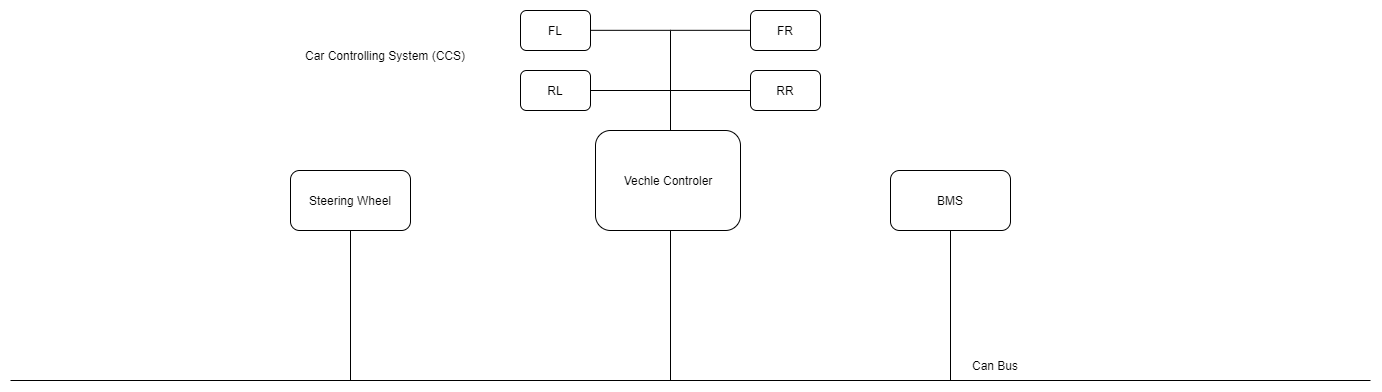
Mostafa1Mahmoud/FlowChartofCarControlingSystem keeps this draw.io diagram as Untitled Diagram.png. Above is the earlier version. Source tidied: cells renumbered, new cells last; positions are measured from the earlier drawing's top-left corner, leaving out a move shared by most shapes. Its diagram source:
```xml
<mxGraphModel>
  <root>
    <mxCell id="0" />
    <mxCell id="1" parent="0" />
    <mxCell id="2" style="rounded=1;whiteSpace=wrap;html=1;" parent="1" vertex="1">
      <mxGeometry x="585" y="120" width="145" height="100" as="geometry" />
    </mxCell>
    <mxCell id="3" value="Vechle Controler" style="text;html=1;strokeColor=none;fillColor=none;align=center;verticalAlign=middle;whiteSpace=wrap;rounded=0;" parent="1" vertex="1">
      <mxGeometry x="597.5" y="155" width="120" height="30" as="geometry" />
    </mxCell>
    <mxCell id="4" style="endArrow=none;html=1;" parent="1" edge="1">
      <mxGeometry relative="1" as="geometry">
        <mxPoint y="370" as="sourcePoint" />
        <mxPoint x="1360" y="370" as="targetPoint" />
      </mxGeometry>
    </mxCell>
    <mxCell id="5" style="endArrow=none;html=1;" parent="1" edge="1">
      <mxGeometry relative="1" as="geometry">
        <mxPoint x="660" y="370" as="sourcePoint" />
        <mxPoint x="660" y="220" as="targetPoint" />
      </mxGeometry>
    </mxCell>
    <mxCell id="6" style="rounded=1;whiteSpace=wrap;html=1;" parent="1" vertex="1">
      <mxGeometry x="880" y="160" width="120" height="60" as="geometry" />
    </mxCell>
    <mxCell id="7" value="BMS" style="text;html=1;strokeColor=none;fillColor=none;align=center;verticalAlign=middle;whiteSpace=wrap;rounded=0;" parent="1" vertex="1">
      <mxGeometry x="905" y="172.5" width="70" height="35" as="geometry" />
    </mxCell>
    <mxCell id="8" style="rounded=1;whiteSpace=wrap;html=1;" parent="1" vertex="1">
      <mxGeometry x="280" y="160" width="120" height="60" as="geometry" />
    </mxCell>
    <mxCell id="9" value="Can Bus" style="text;html=1;strokeColor=none;fillColor=none;align=center;verticalAlign=middle;whiteSpace=wrap;rounded=0;" parent="1" vertex="1">
      <mxGeometry x="940" y="340" width="90" height="30" as="geometry" />
    </mxCell>
    <mxCell id="10" value="Steering Wheel" style="text;html=1;strokeColor=none;fillColor=none;align=center;verticalAlign=middle;whiteSpace=wrap;rounded=0;" parent="1" vertex="1">
      <mxGeometry x="290" y="170" width="100" height="40" as="geometry" />
    </mxCell>
    <mxCell id="11" value="Car Controlling System (CCS)" style="text;html=1;strokeColor=none;fillColor=none;align=center;verticalAlign=middle;whiteSpace=wrap;rounded=0;" parent="1" vertex="1">
      <mxGeometry x="270" y="20" width="210" height="50" as="geometry" />
    </mxCell>
    <mxCell id="12" style="endArrow=none;html=1;entryX=0.5;entryY=1;entryDx=0;entryDy=0;" parent="1" edge="1" target="6">
      <mxGeometry relative="1" as="geometry">
        <mxPoint x="940" y="370" as="sourcePoint" />
      </mxGeometry>
    </mxCell>
    <mxCell id="13" style="endArrow=none;html=1;entryX=0.5;entryY=1;entryDx=0;entryDy=0;" parent="1" edge="1" target="8">
      <mxGeometry relative="1" as="geometry">
        <mxPoint x="340" y="370" as="sourcePoint" />
      </mxGeometry>
    </mxCell>
    <mxCell id="14" style="endArrow=none;html=1;" parent="1" edge="1">
      <mxGeometry relative="1" as="geometry">
        <mxPoint x="660" y="120" as="sourcePoint" />
        <mxPoint x="660" y="20" as="targetPoint" />
      </mxGeometry>
    </mxCell>
    <mxCell id="15" style="rounded=1;whiteSpace=wrap;html=1;" parent="1" vertex="1">
      <mxGeometry x="740" width="70" height="40" as="geometry" />
    </mxCell>
    <mxCell id="16" style="rounded=1;whiteSpace=wrap;html=1;" parent="1" vertex="1">
      <mxGeometry x="510" width="70" height="40" as="geometry" />
    </mxCell>
    <mxCell id="17" style="rounded=1;whiteSpace=wrap;html=1;" parent="1" vertex="1">
      <mxGeometry x="740" y="60" width="70" height="40" as="geometry" />
    </mxCell>
    <mxCell id="18" style="rounded=1;whiteSpace=wrap;html=1;" parent="1" vertex="1">
      <mxGeometry x="510" y="60" width="70" height="40" as="geometry" />
    </mxCell>
    <mxCell id="19" style="endArrow=none;html=1;entryX=0;entryY=0.5;entryDx=0;entryDy=0;" parent="1" edge="1" target="17">
      <mxGeometry relative="1" as="geometry">
        <mxPoint x="660" y="80" as="sourcePoint" />
      </mxGeometry>
    </mxCell>
    <mxCell id="20" style="endArrow=none;html=1;exitX=1;exitY=0.5;exitDx=0;exitDy=0;" parent="1" edge="1" source="18">
      <mxGeometry relative="1" as="geometry">
        <mxPoint x="660" y="80" as="targetPoint" />
      </mxGeometry>
    </mxCell>
    <mxCell id="21" style="endArrow=none;html=1;entryX=0;entryY=0.5;entryDx=0;entryDy=0;" parent="1" edge="1">
      <mxGeometry relative="1" as="geometry">
        <mxPoint x="660" y="19.8" as="sourcePoint" />
        <mxPoint x="740" y="19.8" as="targetPoint" />
      </mxGeometry>
    </mxCell>
    <mxCell id="22" style="endArrow=none;html=1;entryX=0;entryY=0.5;entryDx=0;entryDy=0;" parent="1" edge="1">
      <mxGeometry relative="1" as="geometry">
        <mxPoint x="580" y="19.8" as="sourcePoint" />
        <mxPoint x="660" y="19.8" as="targetPoint" />
      </mxGeometry>
    </mxCell>
    <mxCell id="23" value="FL" style="text;html=1;strokeColor=none;fillColor=none;align=center;verticalAlign=middle;whiteSpace=wrap;rounded=0;" parent="1" vertex="1">
      <mxGeometry x="525" y="10" width="40" height="20" as="geometry" />
    </mxCell>
    <mxCell id="24" value="RL" style="text;html=1;strokeColor=none;fillColor=none;align=center;verticalAlign=middle;whiteSpace=wrap;rounded=0;" parent="1" vertex="1">
      <mxGeometry x="525" y="70" width="40" height="20" as="geometry" />
    </mxCell>
    <mxCell id="25" value="FR" style="text;html=1;strokeColor=none;fillColor=none;align=center;verticalAlign=middle;whiteSpace=wrap;rounded=0;" parent="1" vertex="1">
      <mxGeometry x="755" y="10" width="40" height="20" as="geometry" />
    </mxCell>
    <mxCell id="26" value="RR" style="text;html=1;strokeColor=none;fillColor=none;align=center;verticalAlign=middle;whiteSpace=wrap;rounded=0;" parent="1" vertex="1">
      <mxGeometry x="755" y="70" width="40" height="20" as="geometry" />
    </mxCell>
  </root>
</mxGraphModel>
```
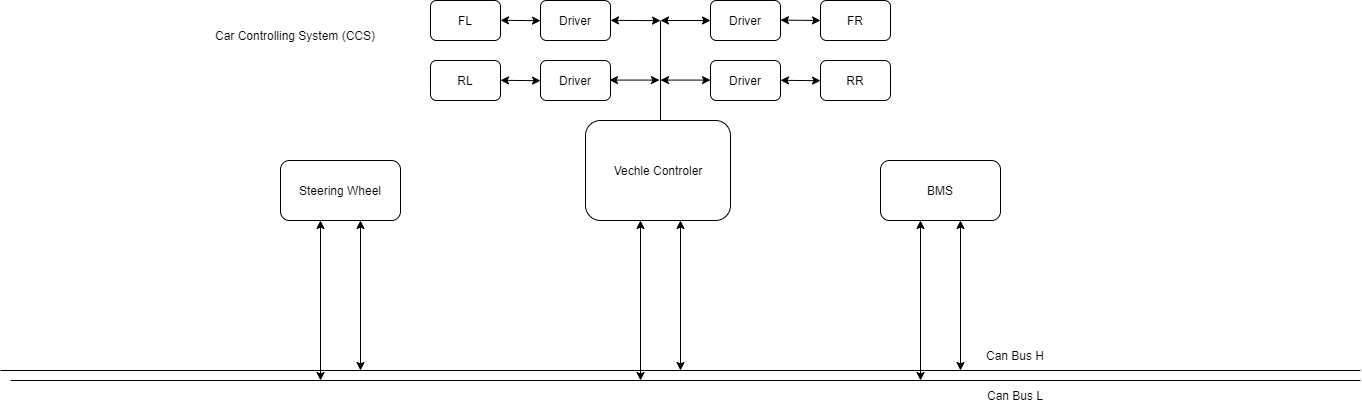
The same file after the commit.

Diff of the diagram source:
```diff
@@ -14,12 +14,6 @@
         <mxPoint x="1360" y="370" as="targetPoint" />
       </mxGeometry>
     </mxCell>
-    <mxCell id="5" style="endArrow=none;html=1;" parent="1" edge="1">
-      <mxGeometry relative="1" as="geometry">
-        <mxPoint x="660" y="370" as="sourcePoint" />
-        <mxPoint x="660" y="220" as="targetPoint" />
-      </mxGeometry>
-    </mxCell>
     <mxCell id="6" style="rounded=1;whiteSpace=wrap;html=1;" parent="1" vertex="1">
       <mxGeometry x="880" y="160" width="120" height="60" as="geometry" />
     </mxCell>
@@ -29,25 +23,15 @@
     <mxCell id="8" style="rounded=1;whiteSpace=wrap;html=1;" parent="1" vertex="1">
       <mxGeometry x="280" y="160" width="120" height="60" as="geometry" />
     </mxCell>
-    <mxCell id="9" value="Can Bus" style="text;html=1;strokeColor=none;fillColor=none;align=center;verticalAlign=middle;whiteSpace=wrap;rounded=0;" parent="1" vertex="1">
-      <mxGeometry x="940" y="340" width="90" height="30" as="geometry" />
+    <mxCell id="9" value="Can Bus H" style="text;html=1;strokeColor=none;fillColor=none;align=center;verticalAlign=middle;whiteSpace=wrap;rounded=0;" parent="1" vertex="1">
+      <mxGeometry x="970" y="340" width="90" height="30" as="geometry" />
     </mxCell>
     <mxCell id="10" value="Steering Wheel" style="text;html=1;strokeColor=none;fillColor=none;align=center;verticalAlign=middle;whiteSpace=wrap;rounded=0;" parent="1" vertex="1">
       <mxGeometry x="290" y="170" width="100" height="40" as="geometry" />
     </mxCell>
     <mxCell id="11" value="Car Controlling System (CCS)" style="text;html=1;strokeColor=none;fillColor=none;align=center;verticalAlign=middle;whiteSpace=wrap;rounded=0;" parent="1" vertex="1">
-      <mxGeometry x="270" y="20" width="210" height="50" as="geometry" />
+      <mxGeometry x="190" y="10" width="210" height="50" as="geometry" />
     </mxCell>
-    <mxCell id="12" style="endArrow=none;html=1;entryX=0.5;entryY=1;entryDx=0;entryDy=0;" parent="1" edge="1" target="6">
-      <mxGeometry relative="1" as="geometry">
-        <mxPoint x="940" y="370" as="sourcePoint" />
-      </mxGeometry>
-    </mxCell>
-    <mxCell id="13" style="endArrow=none;html=1;entryX=0.5;entryY=1;entryDx=0;entryDy=0;" parent="1" edge="1" target="8">
-      <mxGeometry relative="1" as="geometry">
-        <mxPoint x="340" y="370" as="sourcePoint" />
-      </mxGeometry>
-    </mxCell>
     <mxCell id="14" style="endArrow=none;html=1;" parent="1" edge="1">
       <mxGeometry relative="1" as="geometry">
         <mxPoint x="660" y="120" as="sourcePoint" />
@@ -55,50 +39,147 @@
       </mxGeometry>
     </mxCell>
     <mxCell id="15" style="rounded=1;whiteSpace=wrap;html=1;" parent="1" vertex="1">
-      <mxGeometry x="740" width="70" height="40" as="geometry" />
+      <mxGeometry x="820" width="70" height="40" as="geometry" />
     </mxCell>
     <mxCell id="16" style="rounded=1;whiteSpace=wrap;html=1;" parent="1" vertex="1">
-      <mxGeometry x="510" width="70" height="40" as="geometry" />
+      <mxGeometry x="430" width="70" height="40" as="geometry" />
     </mxCell>
     <mxCell id="17" style="rounded=1;whiteSpace=wrap;html=1;" parent="1" vertex="1">
-      <mxGeometry x="740" y="60" width="70" height="40" as="geometry" />
+      <mxGeometry x="820" y="60" width="70" height="40" as="geometry" />
     </mxCell>
     <mxCell id="18" style="rounded=1;whiteSpace=wrap;html=1;" parent="1" vertex="1">
-      <mxGeometry x="510" y="60" width="70" height="40" as="geometry" />
+      <mxGeometry x="430" y="60" width="70" height="40" as="geometry" />
     </mxCell>
-    <mxCell id="19" style="endArrow=none;html=1;entryX=0;entryY=0.5;entryDx=0;entryDy=0;" parent="1" edge="1" target="17">
-      <mxGeometry relative="1" as="geometry">
-        <mxPoint x="660" y="80" as="sourcePoint" />
-      </mxGeometry>
-    </mxCell>
-    <mxCell id="20" style="endArrow=none;html=1;exitX=1;exitY=0.5;exitDx=0;exitDy=0;" parent="1" edge="1" source="18">
-      <mxGeometry relative="1" as="geometry">
-        <mxPoint x="660" y="80" as="targetPoint" />
-      </mxGeometry>
-    </mxCell>
-    <mxCell id="21" style="endArrow=none;html=1;entryX=0;entryY=0.5;entryDx=0;entryDy=0;" parent="1" edge="1">
-      <mxGeometry relative="1" as="geometry">
-        <mxPoint x="660" y="19.8" as="sourcePoint" />
-        <mxPoint x="740" y="19.8" as="targetPoint" />
-      </mxGeometry>
-    </mxCell>
-    <mxCell id="22" style="endArrow=none;html=1;entryX=0;entryY=0.5;entryDx=0;entryDy=0;" parent="1" edge="1">
-      <mxGeometry relative="1" as="geometry">
-        <mxPoint x="580" y="19.8" as="sourcePoint" />
-        <mxPoint x="660" y="19.8" as="targetPoint" />
-      </mxGeometry>
-    </mxCell>
     <mxCell id="23" value="FL" style="text;html=1;strokeColor=none;fillColor=none;align=center;verticalAlign=middle;whiteSpace=wrap;rounded=0;" parent="1" vertex="1">
-      <mxGeometry x="525" y="10" width="40" height="20" as="geometry" />
+      <mxGeometry x="445" y="10" width="40" height="20" as="geometry" />
     </mxCell>
     <mxCell id="24" value="RL" style="text;html=1;strokeColor=none;fillColor=none;align=center;verticalAlign=middle;whiteSpace=wrap;rounded=0;" parent="1" vertex="1">
-      <mxGeometry x="525" y="70" width="40" height="20" as="geometry" />
+      <mxGeometry x="445" y="70" width="40" height="20" as="geometry" />
     </mxCell>
     <mxCell id="25" value="FR" style="text;html=1;strokeColor=none;fillColor=none;align=center;verticalAlign=middle;whiteSpace=wrap;rounded=0;" parent="1" vertex="1">
-      <mxGeometry x="755" y="10" width="40" height="20" as="geometry" />
+      <mxGeometry x="835" y="10" width="40" height="20" as="geometry" />
     </mxCell>
     <mxCell id="26" value="RR" style="text;html=1;strokeColor=none;fillColor=none;align=center;verticalAlign=middle;whiteSpace=wrap;rounded=0;" parent="1" vertex="1">
-      <mxGeometry x="755" y="70" width="40" height="20" as="geometry" />
+      <mxGeometry x="835" y="70" width="40" height="20" as="geometry" />
     </mxCell>
+    <mxCell id="27" style="endArrow=none;html=1;" parent="1" edge="1">
+      <mxGeometry relative="1" as="geometry">
+        <mxPoint x="10" y="380" as="sourcePoint" />
+        <mxPoint x="1360" y="380" as="targetPoint" />
+      </mxGeometry>
+    </mxCell>
+    <mxCell id="28" value="Can Bus L" style="text;html=1;strokeColor=none;fillColor=none;align=center;verticalAlign=middle;whiteSpace=wrap;rounded=0;" parent="1" vertex="1">
+      <mxGeometry x="970" y="380" width="90" height="30" as="geometry" />
+    </mxCell>
+    <mxCell id="29" style="edgeStyle=orthogonalEdgeStyle;rounded=0;orthogonalLoop=1;jettySize=auto;html=1;exitX=0.5;exitY=1;exitDx=0;exitDy=0;" parent="1" edge="1" source="28" target="28">
+      <mxGeometry relative="1" as="geometry" />
+    </mxCell>
+    <mxCell id="30" style="endArrow=classic;startArrow=classic;html=1;entryX=0.5;entryY=1;entryDx=0;entryDy=0;exitX=0;exitY=1;exitDx=0;exitDy=0;" parent="1" edge="1">
+      <mxGeometry relative="1" as="geometry">
+        <mxPoint x="360" y="370" as="sourcePoint" />
+        <mxPoint x="360" y="220" as="targetPoint" />
+      </mxGeometry>
+    </mxCell>
+    <mxCell id="31" style="endArrow=classic;startArrow=classic;html=1;entryX=0.5;entryY=1;entryDx=0;entryDy=0;" parent="1" edge="1">
+      <mxGeometry relative="1" as="geometry">
+        <mxPoint x="320" y="380" as="sourcePoint" />
+        <mxPoint x="320" y="220" as="targetPoint" />
+      </mxGeometry>
+    </mxCell>
+    <mxCell id="32" style="endArrow=classic;startArrow=classic;html=1;entryX=0.5;entryY=1;entryDx=0;entryDy=0;exitX=0;exitY=1;exitDx=0;exitDy=0;" parent="1" edge="1">
+      <mxGeometry relative="1" as="geometry">
+        <mxPoint x="960" y="370" as="sourcePoint" />
+        <mxPoint x="960" y="220" as="targetPoint" />
+      </mxGeometry>
+    </mxCell>
+    <mxCell id="33" style="endArrow=classic;startArrow=classic;html=1;entryX=0.5;entryY=1;entryDx=0;entryDy=0;" parent="1" edge="1">
+      <mxGeometry relative="1" as="geometry">
+        <mxPoint x="920" y="380" as="sourcePoint" />
+        <mxPoint x="920" y="220" as="targetPoint" />
+      </mxGeometry>
+    </mxCell>
+    <mxCell id="34" style="endArrow=classic;startArrow=classic;html=1;" parent="1" edge="1">
+      <mxGeometry relative="1" as="geometry">
+        <mxPoint x="680" y="370" as="sourcePoint" />
+        <mxPoint x="680" y="220" as="targetPoint" />
+      </mxGeometry>
+    </mxCell>
+    <mxCell id="35" style="endArrow=classic;startArrow=classic;html=1;" parent="1" edge="1">
+      <mxGeometry relative="1" as="geometry">
+        <mxPoint x="640" y="380" as="sourcePoint" />
+        <mxPoint x="640" y="220" as="targetPoint" />
+      </mxGeometry>
+    </mxCell>
+    <mxCell id="36" style="rounded=1;whiteSpace=wrap;html=1;" parent="1" vertex="1">
+      <mxGeometry x="540" y="60" width="70" height="40" as="geometry" />
+    </mxCell>
+    <mxCell id="37" style="rounded=1;whiteSpace=wrap;html=1;" parent="1" vertex="1">
+      <mxGeometry x="540" width="70" height="40" as="geometry" />
+    </mxCell>
+    <mxCell id="38" style="rounded=1;whiteSpace=wrap;html=1;" parent="1" vertex="1">
+      <mxGeometry x="710" width="70" height="40" as="geometry" />
+    </mxCell>
+    <mxCell id="39" value="Driver" style="text;html=1;strokeColor=none;fillColor=none;align=center;verticalAlign=middle;whiteSpace=wrap;rounded=0;" parent="1" vertex="1">
+      <mxGeometry x="725" y="10" width="40" height="20" as="geometry" />
+    </mxCell>
+    <mxCell id="40" style="rounded=1;whiteSpace=wrap;html=1;" parent="1" vertex="1">
+      <mxGeometry x="710" y="60" width="70" height="40" as="geometry" />
+    </mxCell>
+    <mxCell id="41" value="Driver" style="text;html=1;strokeColor=none;fillColor=none;align=center;verticalAlign=middle;whiteSpace=wrap;rounded=0;" parent="1" vertex="1">
+      <mxGeometry x="555" y="10" width="40" height="20" as="geometry" />
+    </mxCell>
+    <mxCell id="42" value="Driver" style="text;html=1;strokeColor=none;fillColor=none;align=center;verticalAlign=middle;whiteSpace=wrap;rounded=0;" parent="1" vertex="1">
+      <mxGeometry x="555" y="70" width="40" height="20" as="geometry" />
+    </mxCell>
+    <mxCell id="43" value="Driver" style="text;html=1;strokeColor=none;fillColor=none;align=center;verticalAlign=middle;whiteSpace=wrap;rounded=0;" parent="1" vertex="1">
+      <mxGeometry x="725" y="70" width="40" height="20" as="geometry" />
+    </mxCell>
+    <mxCell id="44" style="endArrow=classic;startArrow=classic;html=1;entryX=0;entryY=0.5;entryDx=0;entryDy=0;" parent="1" edge="1" target="38">
+      <mxGeometry relative="1" as="geometry">
+        <mxPoint x="660" y="20" as="sourcePoint" />
+      </mxGeometry>
+    </mxCell>
+    <mxCell id="45" style="endArrow=classic;startArrow=classic;html=1;" parent="1" edge="1">
+      <mxGeometry relative="1" as="geometry">
+        <mxPoint x="610" y="19.9" as="sourcePoint" />
+        <mxPoint x="660" y="20.1" as="targetPoint" />
+      </mxGeometry>
+    </mxCell>
+    <mxCell id="46" style="endArrow=classic;startArrow=classic;html=1;entryX=0;entryY=0.5;entryDx=0;entryDy=0;" parent="1" edge="1">
+      <mxGeometry relative="1" as="geometry">
+        <mxPoint x="660" y="79.6" as="sourcePoint" />
+        <mxPoint x="710" y="79.6" as="targetPoint" />
+      </mxGeometry>
+    </mxCell>
+    <mxCell id="47" style="endArrow=classic;startArrow=classic;html=1;entryX=0;entryY=0.5;entryDx=0;entryDy=0;" parent="1" edge="1">
+      <mxGeometry relative="1" as="geometry">
+        <mxPoint x="609" y="79.6" as="sourcePoint" />
+        <mxPoint x="659" y="79.6" as="targetPoint" />
+      </mxGeometry>
+    </mxCell>
+    <mxCell id="48" style="endArrow=classic;startArrow=classic;html=1;" parent="1" edge="1">
+      <mxGeometry relative="1" as="geometry">
+        <mxPoint x="780" y="19.6" as="sourcePoint" />
+        <mxPoint x="820" y="20" as="targetPoint" />
+      </mxGeometry>
+    </mxCell>
+    <mxCell id="49" style="endArrow=classic;startArrow=classic;html=1;" parent="1" edge="1">
+      <mxGeometry relative="1" as="geometry">
+        <mxPoint x="780" y="79.8" as="sourcePoint" />
+        <mxPoint x="820" y="80.2" as="targetPoint" />
+      </mxGeometry>
+    </mxCell>
+    <mxCell id="50" style="endArrow=classic;startArrow=classic;html=1;" parent="1" edge="1">
+      <mxGeometry relative="1" as="geometry">
+        <mxPoint x="500" y="19.8" as="sourcePoint" />
+        <mxPoint x="540" y="20.2" as="targetPoint" />
+      </mxGeometry>
+    </mxCell>
+    <mxCell id="51" style="endArrow=classic;startArrow=classic;html=1;" parent="1" edge="1">
+      <mxGeometry relative="1" as="geometry">
+        <mxPoint x="500" y="79.8" as="sourcePoint" />
+        <mxPoint x="540" y="80.2" as="targetPoint" />
+      </mxGeometry>
+    </mxCell>
   </root>
 </mxGraphModel>
```
